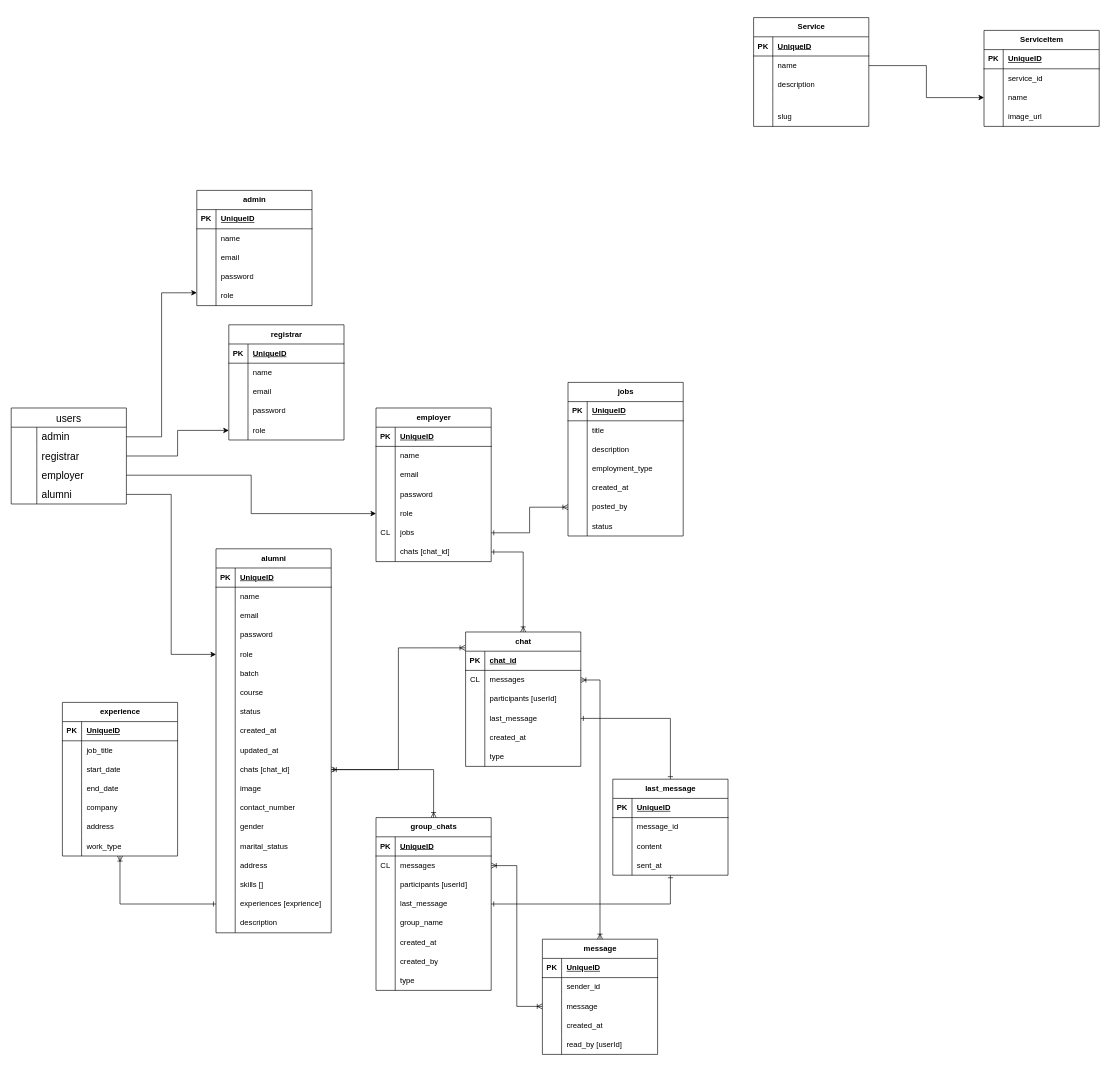
The draw.io diagram docs/ATS-ERD.drawio in 5kydriven/alumni-tracker-system-nuxt, before the edit. Source tidied: cells renumbered, new cells numbered last; positions are measured from the earlier drawing's top-left corner, leaving out a move shared by most shapes. Both pictures are drawn from the tidied source at 64%, with x=0, y=0 at pixel (11, 17).
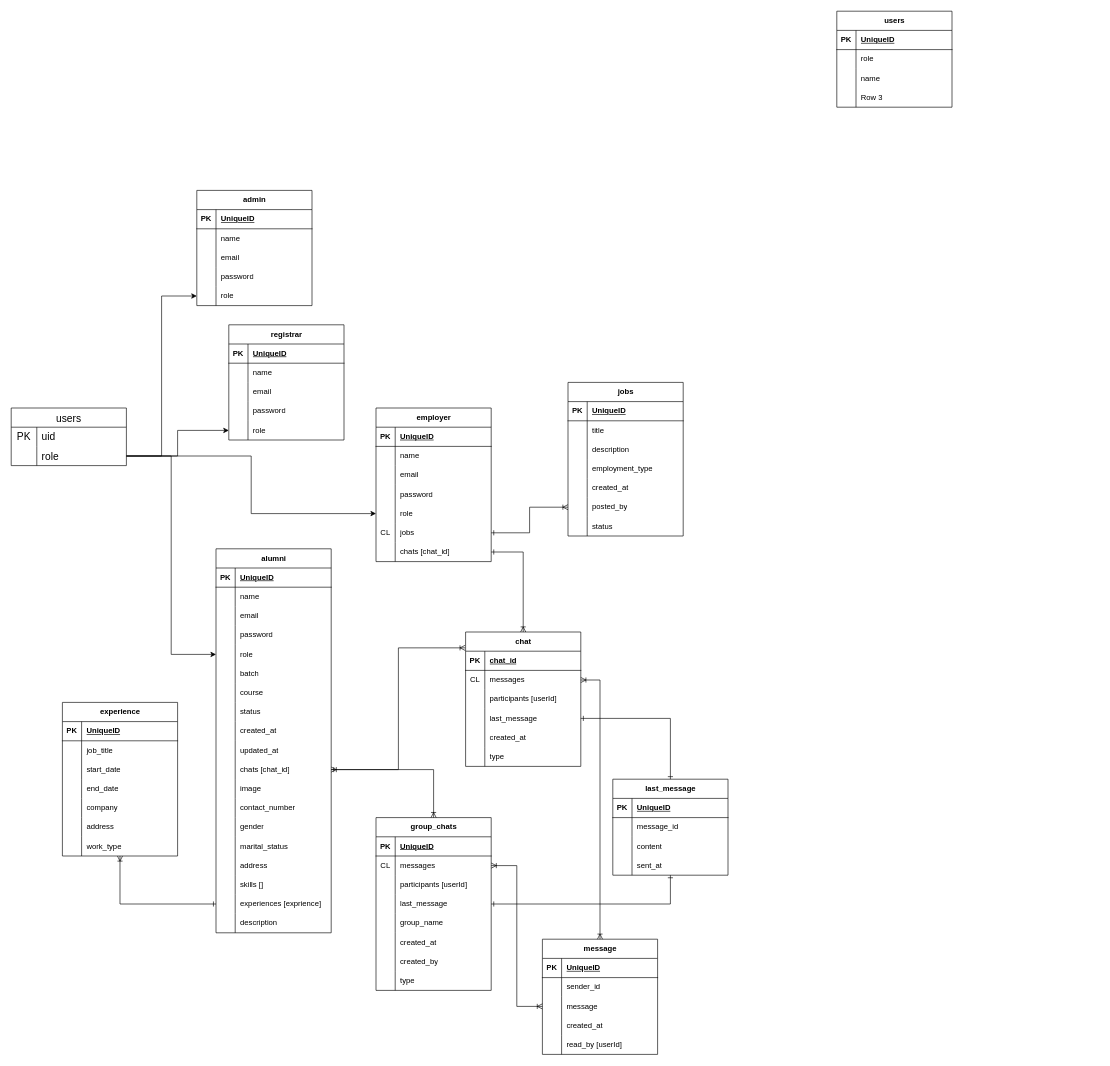
The same page after the edit.

Unchanged cells that the change refers to:
```xml
<mxCell id="15" style="shape=tableRow;horizontal=0;startSize=0;swimlaneHead=0;swimlaneBody=0;fillColor=none;points=[[0,0.5],[1,0.5]];portConstraint=eastwest;top=0;left=0;right=0;bottom=0;" parent="2" vertex="1">
  <mxGeometry y="150" width="180" height="30" as="geometry" />
</mxCell>
<mxCell id="73" style="shape=tableRow;horizontal=0;startSize=0;swimlaneHead=0;swimlaneBody=0;fillColor=none;points=[[0,0.5],[1,0.5]];portConstraint=eastwest;top=0;left=0;right=0;bottom=0;" parent="60" vertex="1">
  <mxGeometry y="150" width="180" height="30" as="geometry" />
</mxCell>
<mxCell id="89" style="shape=tableRow;horizontal=0;startSize=0;swimlaneHead=0;swimlaneBody=0;fillColor=none;points=[[0,0.5],[1,0.5]];portConstraint=eastwest;top=0;left=0;right=0;bottom=0;" parent="76" vertex="1">
  <mxGeometry y="150" width="180" height="30" as="geometry" />
</mxCell>
<mxCell id="183" style="shape=tableRow;horizontal=0;startSize=0;swimlaneHead=0;swimlaneBody=0;top=0;left=0;bottom=0;right=0;fillColor=none;points=[[0,0.5],[1,0.5]];portConstraint=eastwest;strokeColor=inherit;fontSize=16;" parent="182" vertex="1">
  <mxGeometry y="30" width="180" height="30" as="geometry" />
</mxCell>
<mxCell id="186" style="shape=tableRow;horizontal=0;startSize=0;swimlaneHead=0;swimlaneBody=0;top=0;left=0;bottom=0;right=0;fillColor=none;points=[[0,0.5],[1,0.5]];portConstraint=eastwest;strokeColor=inherit;fontSize=16;" parent="182" vertex="1">
  <mxGeometry y="60" width="180" height="30" as="geometry" />
</mxCell>
```

Change to the diagram source:
```diff
@@
     <mxCell id="182" value="users" style="shape=table;startSize=30;childLayout=tableLayout;rowLines=0;fontStyle=0;strokeColor=default;fontSize=16;" parent="1" vertex="1">
-      <mxGeometry y="610" width="180" height="150" as="geometry" />
+      <mxGeometry y="610" width="180" height="90" as="geometry" />
     </mxCell>
@@
-    <mxCell id="184" style="shape=partialRectangle;html=1;whiteSpace=wrap;fillColor=none;top=0;left=0;bottom=0;right=0;overflow=hidden;strokeColor=inherit;fontSize=16;" parent="183" vertex="1">
+    <mxCell id="184" value="PK" style="shape=partialRectangle;html=1;whiteSpace=wrap;fillColor=none;top=0;left=0;bottom=0;right=0;overflow=hidden;strokeColor=inherit;fontSize=16;" parent="183" vertex="1">
       <mxGeometry width="40" height="30" as="geometry" />
     </mxCell>
-    <mxCell id="185" value="admin" style="shape=partialRectangle;html=1;whiteSpace=wrap;fillColor=none;top=0;left=0;bottom=0;right=0;align=left;spacingLeft=6;overflow=hidden;strokeColor=inherit;fontSize=16;" parent="183" vertex="1">
+    <mxCell id="185" value="uid" style="shape=partialRectangle;html=1;whiteSpace=wrap;fillColor=none;top=0;left=0;bottom=0;right=0;align=left;spacingLeft=6;overflow=hidden;strokeColor=inherit;fontSize=16;" parent="183" vertex="1">
       <mxGeometry x="40" width="140" height="30" as="geometry" />
     </mxCell>
@@
-    <mxCell id="188" value="registrar" style="shape=partialRectangle;html=1;whiteSpace=wrap;fillColor=none;top=0;left=0;bottom=0;right=0;align=left;spacingLeft=6;overflow=hidden;strokeColor=inherit;fontSize=16;" parent="186" vertex="1">
+    <mxCell id="188" value="role" style="shape=partialRectangle;html=1;whiteSpace=wrap;fillColor=none;top=0;left=0;bottom=0;right=0;align=left;spacingLeft=6;overflow=hidden;strokeColor=inherit;fontSize=16;" parent="186" vertex="1">
       <mxGeometry x="40" width="140" height="30" as="geometry" />
     </mxCell>
-    <mxCell id="189" style="shape=tableRow;horizontal=0;startSize=0;swimlaneHead=0;swimlaneBody=0;top=0;left=0;bottom=0;right=0;fillColor=none;points=[[0,0.5],[1,0.5]];portConstraint=eastwest;strokeColor=inherit;fontSize=16;" parent="182" vertex="1">
-      <mxGeometry y="90" width="180" height="30" as="geometry" />
-    </mxCell>
-    <mxCell id="190" style="shape=partialRectangle;html=1;whiteSpace=wrap;fillColor=none;top=0;left=0;bottom=0;right=0;overflow=hidden;strokeColor=inherit;fontSize=16;" parent="189" vertex="1">
-      <mxGeometry width="40" height="30" as="geometry" />
-    </mxCell>
-    <mxCell id="191" value="employer" style="shape=partialRectangle;html=1;whiteSpace=wrap;fillColor=none;top=0;left=0;bottom=0;right=0;align=left;spacingLeft=6;overflow=hidden;strokeColor=inherit;fontSize=16;" parent="189" vertex="1">
-      <mxGeometry x="40" width="140" height="30" as="geometry" />
-    </mxCell>
-    <mxCell id="192" style="shape=tableRow;horizontal=0;startSize=0;swimlaneHead=0;swimlaneBody=0;top=0;left=0;bottom=0;right=0;fillColor=none;points=[[0,0.5],[1,0.5]];portConstraint=eastwest;strokeColor=inherit;fontSize=16;" parent="182" vertex="1">
-      <mxGeometry y="120" width="180" height="30" as="geometry" />
-    </mxCell>
-    <mxCell id="193" style="shape=partialRectangle;html=1;whiteSpace=wrap;fillColor=none;top=0;left=0;bottom=0;right=0;overflow=hidden;strokeColor=inherit;fontSize=16;" parent="192" vertex="1">
-      <mxGeometry width="40" height="30" as="geometry" />
-    </mxCell>
-    <mxCell id="194" value="alumni" style="shape=partialRectangle;html=1;whiteSpace=wrap;fillColor=none;top=0;left=0;bottom=0;right=0;align=left;spacingLeft=6;overflow=hidden;strokeColor=inherit;fontSize=16;" parent="192" vertex="1">
-      <mxGeometry x="40" width="140" height="30" as="geometry" />
-    </mxCell>
-    <mxCell id="195" style="edgeStyle=orthogonalEdgeStyle;rounded=0;jettySize=auto;html=1;exitX=1;exitY=0.5;exitDx=0;exitDy=0;entryX=0;entryY=0.333;entryDx=0;entryDy=0;entryPerimeter=0;" parent="1" edge="1" source="183" target="73">
-      <mxGeometry relative="1" as="geometry" />
-    </mxCell>
@@
-    <mxCell id="197" style="edgeStyle=orthogonalEdgeStyle;rounded=0;jettySize=auto;html=1;exitX=1;exitY=0.5;exitDx=0;exitDy=0;entryX=0;entryY=0.5;entryDx=0;entryDy=0;" parent="1" edge="1" source="189" target="89">
+    <mxCell id="197" style="edgeStyle=orthogonalEdgeStyle;rounded=0;jettySize=auto;html=1;entryX=0;entryY=0.5;entryDx=0;entryDy=0;" parent="1" edge="1" source="186" target="89">
       <mxGeometry relative="1" as="geometry" />
     </mxCell>
@@
-    <mxCell id="222" style="edgeStyle=orthogonalEdgeStyle;rounded=0;jettySize=auto;html=1;exitX=1;exitY=0.5;exitDx=0;exitDy=0;entryX=0;entryY=0.5;entryDx=0;entryDy=0;" parent="1" edge="1" source="192" target="15">
+    <mxCell id="222" style="edgeStyle=orthogonalEdgeStyle;rounded=0;jettySize=auto;html=1;entryX=0;entryY=0.5;entryDx=0;entryDy=0;" parent="1" edge="1" source="186" target="15">
       <mxGeometry relative="1" as="geometry" />
     </mxCell>
@@
-    <mxCell id="257" value="Service" style="shape=table;startSize=30;childLayout=tableLayout;rowLines=0;fontStyle=1;align=center;html=1;" parent="1" vertex="1">
-      <mxGeometry x="1160" width="180" height="170" as="geometry" />
-    </mxCell>
-    <mxCell id="258" style="shape=tableRow;horizontal=0;startSize=0;swimlaneHead=0;swimlaneBody=0;fillColor=none;top=0;left=0;right=0;bottom=1;" parent="257" vertex="1">
-      <mxGeometry y="30" width="180" height="30" as="geometry" />
-    </mxCell>
-    <mxCell id="259" value="PK" style="shape=partialRectangle;fillColor=none;top=0;left=0;bottom=0;right=0;fontStyle=1;overflow=hidden;whiteSpace=wrap;html=1;" parent="258" vertex="1">
-      <mxGeometry width="30" height="30" as="geometry" />
-    </mxCell>
-    <mxCell id="260" value="UniqueID" style="shape=partialRectangle;fillColor=none;top=0;left=0;bottom=0;right=0;align=left;spacingLeft=6;fontStyle=5;overflow=hidden;whiteSpace=wrap;html=1;" parent="258" vertex="1">
-      <mxGeometry x="30" width="150" height="30" as="geometry" />
-    </mxCell>
-    <mxCell id="261" style="shape=tableRow;horizontal=0;startSize=0;swimlaneHead=0;swimlaneBody=0;fillColor=none;points=[[0,0.5],[1,0.5]];portConstraint=eastwest;top=0;left=0;right=0;bottom=0;" parent="257" vertex="1">
-      <mxGeometry y="60" width="180" height="30" as="geometry" />
-    </mxCell>
-    <mxCell id="262" style="shape=partialRectangle;fillColor=none;top=0;left=0;bottom=0;right=0;overflow=hidden;whiteSpace=wrap;html=1;" parent="261" vertex="1">
-      <mxGeometry width="30" height="30" as="geometry" />
-    </mxCell>
-    <mxCell id="263" value="name" style="shape=partialRectangle;fillColor=none;top=0;left=0;bottom=0;right=0;align=left;spacingLeft=6;overflow=hidden;whiteSpace=wrap;html=1;" parent="261" vertex="1">
-      <mxGeometry x="30" width="150" height="30" as="geometry" />
-    </mxCell>
-    <mxCell id="264" style="shape=tableRow;horizontal=0;startSize=0;swimlaneHead=0;swimlaneBody=0;fillColor=none;top=0;left=0;right=0;bottom=0;" parent="257" vertex="1">
-      <mxGeometry y="90" width="180" height="30" as="geometry" />
-    </mxCell>
-    <mxCell id="265" style="shape=partialRectangle;fillColor=none;top=0;left=0;bottom=0;right=0;overflow=hidden;whiteSpace=wrap;html=1;" parent="264" vertex="1">
-      <mxGeometry width="30" height="30" as="geometry" />
-    </mxCell>
-    <mxCell id="266" value="description" style="shape=partialRectangle;fillColor=none;top=0;left=0;bottom=0;right=0;align=left;spacingLeft=6;overflow=hidden;whiteSpace=wrap;html=1;" parent="264" vertex="1">
-      <mxGeometry x="30" width="150" height="30" as="geometry" />
-    </mxCell>
-    <mxCell id="267" style="shape=tableRow;horizontal=0;startSize=0;swimlaneHead=0;swimlaneBody=0;fillColor=none;top=0;left=0;right=0;bottom=0;" parent="257" vertex="1">
-      <mxGeometry y="120" width="180" height="20" as="geometry" />
-    </mxCell>
-    <mxCell id="268" style="shape=partialRectangle;fillColor=none;top=0;left=0;bottom=0;right=0;overflow=hidden;whiteSpace=wrap;html=1;" parent="267" vertex="1">
-      <mxGeometry width="30" height="20" as="geometry" />
-    </mxCell>
-    <mxCell id="269" style="shape=partialRectangle;fillColor=none;top=0;left=0;bottom=0;right=0;align=left;spacingLeft=6;overflow=hidden;whiteSpace=wrap;html=1;" parent="267" vertex="1">
-      <mxGeometry x="30" width="150" height="20" as="geometry" />
-    </mxCell>
-    <mxCell id="270" style="shape=tableRow;horizontal=0;startSize=0;swimlaneHead=0;swimlaneBody=0;fillColor=none;top=0;left=0;right=0;bottom=0;" parent="257" vertex="1">
-      <mxGeometry y="140" width="180" height="30" as="geometry" />
-    </mxCell>
-    <mxCell id="271" style="shape=partialRectangle;fillColor=none;top=0;left=0;bottom=0;right=0;overflow=hidden;whiteSpace=wrap;html=1;" parent="270" vertex="1">
-      <mxGeometry width="30" height="30" as="geometry" />
-    </mxCell>
-    <mxCell id="272" value="slug" style="shape=partialRectangle;fillColor=none;top=0;left=0;bottom=0;right=0;align=left;spacingLeft=6;overflow=hidden;whiteSpace=wrap;html=1;" parent="270" vertex="1">
-      <mxGeometry x="30" width="150" height="30" as="geometry" />
-    </mxCell>
-    <mxCell id="273" value="ServiceItem" style="shape=table;startSize=30;childLayout=tableLayout;rowLines=0;fontStyle=1;align=center;html=1;" parent="1" vertex="1">
-      <mxGeometry x="1520" y="20" width="180" height="150" as="geometry" />
-    </mxCell>
-    <mxCell id="274" style="shape=tableRow;horizontal=0;startSize=0;swimlaneHead=0;swimlaneBody=0;fillColor=none;top=0;left=0;right=0;bottom=1;" parent="273" vertex="1">
-      <mxGeometry y="30" width="180" height="30" as="geometry" />
-    </mxCell>
-    <mxCell id="275" value="PK" style="shape=partialRectangle;fillColor=none;top=0;left=0;bottom=0;right=0;fontStyle=1;overflow=hidden;whiteSpace=wrap;html=1;" parent="274" vertex="1">
-      <mxGeometry width="30" height="30" as="geometry" />
-    </mxCell>
-    <mxCell id="276" value="UniqueID" style="shape=partialRectangle;fillColor=none;top=0;left=0;bottom=0;right=0;align=left;spacingLeft=6;fontStyle=5;overflow=hidden;whiteSpace=wrap;html=1;" parent="274" vertex="1">
-      <mxGeometry x="30" width="150" height="30" as="geometry" />
-    </mxCell>
-    <mxCell id="277" style="shape=tableRow;horizontal=0;startSize=0;swimlaneHead=0;swimlaneBody=0;fillColor=none;top=0;left=0;right=0;bottom=0;" parent="273" vertex="1">
-      <mxGeometry y="60" width="180" height="30" as="geometry" />
-    </mxCell>
-    <mxCell id="278" style="shape=partialRectangle;fillColor=none;top=0;left=0;bottom=0;right=0;overflow=hidden;whiteSpace=wrap;html=1;" parent="277" vertex="1">
-      <mxGeometry width="30" height="30" as="geometry" />
-    </mxCell>
-    <mxCell id="279" value="service_id" style="shape=partialRectangle;fillColor=none;top=0;left=0;bottom=0;right=0;align=left;spacingLeft=6;overflow=hidden;whiteSpace=wrap;html=1;" parent="277" vertex="1">
-      <mxGeometry x="30" width="150" height="30" as="geometry" />
-    </mxCell>
-    <mxCell id="280" style="shape=tableRow;horizontal=0;startSize=0;swimlaneHead=0;swimlaneBody=0;fillColor=none;points=[[0,0.5],[1,0.5]];portConstraint=eastwest;top=0;left=0;right=0;bottom=0;" parent="273" vertex="1">
-      <mxGeometry y="90" width="180" height="30" as="geometry" />
-    </mxCell>
-    <mxCell id="281" style="shape=partialRectangle;fillColor=none;top=0;left=0;bottom=0;right=0;overflow=hidden;whiteSpace=wrap;html=1;" parent="280" vertex="1">
-      <mxGeometry width="30" height="30" as="geometry" />
-    </mxCell>
-    <mxCell id="282" value="name" style="shape=partialRectangle;fillColor=none;top=0;left=0;bottom=0;right=0;align=left;spacingLeft=6;overflow=hidden;whiteSpace=wrap;html=1;" parent="280" vertex="1">
-      <mxGeometry x="30" width="150" height="30" as="geometry" />
-    </mxCell>
+    <mxCell id="287" value="users" style="shape=table;startSize=30;childLayout=tableLayout;rowLines=0;fontStyle=1;align=center;html=1;" parent="1" vertex="1">
+      <mxGeometry x="1290" y="-10" width="180" height="150" as="geometry" />
+    </mxCell>
+    <mxCell id="288" style="shape=tableRow;horizontal=0;startSize=0;swimlaneHead=0;swimlaneBody=0;fillColor=none;top=0;left=0;right=0;bottom=1;" parent="287" vertex="1">
+      <mxGeometry y="30" width="180" height="30" as="geometry" />
+    </mxCell>
+    <mxCell id="289" value="PK" style="shape=partialRectangle;fillColor=none;top=0;left=0;bottom=0;right=0;fontStyle=1;overflow=hidden;whiteSpace=wrap;html=1;" parent="288" vertex="1">
+      <mxGeometry width="30" height="30" as="geometry" />
+    </mxCell>
+    <mxCell id="290" value="UniqueID" style="shape=partialRectangle;fillColor=none;top=0;left=0;bottom=0;right=0;align=left;spacingLeft=6;fontStyle=5;overflow=hidden;whiteSpace=wrap;html=1;" parent="288" vertex="1">
+      <mxGeometry x="30" width="150" height="30" as="geometry" />
+    </mxCell>
+    <mxCell id="291" style="shape=tableRow;horizontal=0;startSize=0;swimlaneHead=0;swimlaneBody=0;fillColor=none;top=0;left=0;right=0;bottom=0;" parent="287" vertex="1">
+      <mxGeometry y="60" width="180" height="30" as="geometry" />
+    </mxCell>
+    <mxCell id="292" style="shape=partialRectangle;fillColor=none;top=0;left=0;bottom=0;right=0;overflow=hidden;whiteSpace=wrap;html=1;" parent="291" vertex="1">
+      <mxGeometry width="30" height="30" as="geometry" />
+    </mxCell>
+    <mxCell id="293" value="role" style="shape=partialRectangle;fillColor=none;top=0;left=0;bottom=0;right=0;align=left;spacingLeft=6;overflow=hidden;whiteSpace=wrap;html=1;" parent="291" vertex="1">
+      <mxGeometry x="30" width="150" height="30" as="geometry" />
+    </mxCell>
+    <mxCell id="294" style="shape=tableRow;horizontal=0;startSize=0;swimlaneHead=0;swimlaneBody=0;fillColor=none;top=0;left=0;right=0;bottom=0;" parent="287" vertex="1">
+      <mxGeometry y="90" width="180" height="30" as="geometry" />
+    </mxCell>
+    <mxCell id="295" style="shape=partialRectangle;fillColor=none;top=0;left=0;bottom=0;right=0;overflow=hidden;whiteSpace=wrap;html=1;" parent="294" vertex="1">
+      <mxGeometry width="30" height="30" as="geometry" />
+    </mxCell>
+    <mxCell id="296" value="name" style="shape=partialRectangle;fillColor=none;top=0;left=0;bottom=0;right=0;align=left;spacingLeft=6;overflow=hidden;whiteSpace=wrap;html=1;" parent="294" vertex="1">
+      <mxGeometry x="30" width="150" height="30" as="geometry" />
+    </mxCell>
-    <mxCell id="283" style="shape=tableRow;horizontal=0;startSize=0;swimlaneHead=0;swimlaneBody=0;fillColor=none;top=0;left=0;right=0;bottom=0;" parent="273" vertex="1">
+    <mxCell id="283" style="shape=tableRow;horizontal=0;startSize=0;swimlaneHead=0;swimlaneBody=0;fillColor=none;top=0;left=0;right=0;bottom=0;" parent="287" vertex="1">
       <mxGeometry y="120" width="180" height="30" as="geometry" />
     </mxCell>
-    <mxCell id="284" style="shape=partialRectangle;fillColor=none;top=0;left=0;bottom=0;right=0;overflow=hidden;whiteSpace=wrap;html=1;" parent="283" vertex="1">
-      <mxGeometry width="30" height="30" as="geometry" />
-    </mxCell>
-    <mxCell id="285" value="image_url" style="shape=partialRectangle;fillColor=none;top=0;left=0;bottom=0;right=0;align=left;spacingLeft=6;overflow=hidden;whiteSpace=wrap;html=1;" parent="283" vertex="1">
-      <mxGeometry x="30" width="150" height="30" as="geometry" />
-    </mxCell>
-    <mxCell id="286" style="edgeStyle=orthogonalEdgeStyle;rounded=0;jettySize=auto;html=1;exitX=1;exitY=0.5;exitDx=0;exitDy=0;entryX=0;entryY=0.5;entryDx=0;entryDy=0;" parent="1" edge="1" source="261" target="280">
-      <mxGeometry relative="1" as="geometry" />
-    </mxCell>
+    <mxCell id="297" style="shape=partialRectangle;fillColor=none;top=0;left=0;bottom=0;right=0;overflow=hidden;whiteSpace=wrap;html=1;" parent="283" vertex="1">
+      <mxGeometry width="30" height="30" as="geometry" />
+    </mxCell>
+    <mxCell id="298" value="Row 3" style="shape=partialRectangle;fillColor=none;top=0;left=0;bottom=0;right=0;align=left;spacingLeft=6;overflow=hidden;whiteSpace=wrap;html=1;" parent="283" vertex="1">
+      <mxGeometry x="30" width="150" height="30" as="geometry" />
+    </mxCell>
+    <mxCell id="299" style="edgeStyle=orthogonalEdgeStyle;rounded=0;jettySize=auto;html=1;exitX=1;exitY=0.5;exitDx=0;exitDy=0;entryX=0;entryY=0.5;entryDx=0;entryDy=0;" parent="1" edge="1" source="186" target="73">
+      <mxGeometry relative="1" as="geometry" />
+    </mxCell>
```
